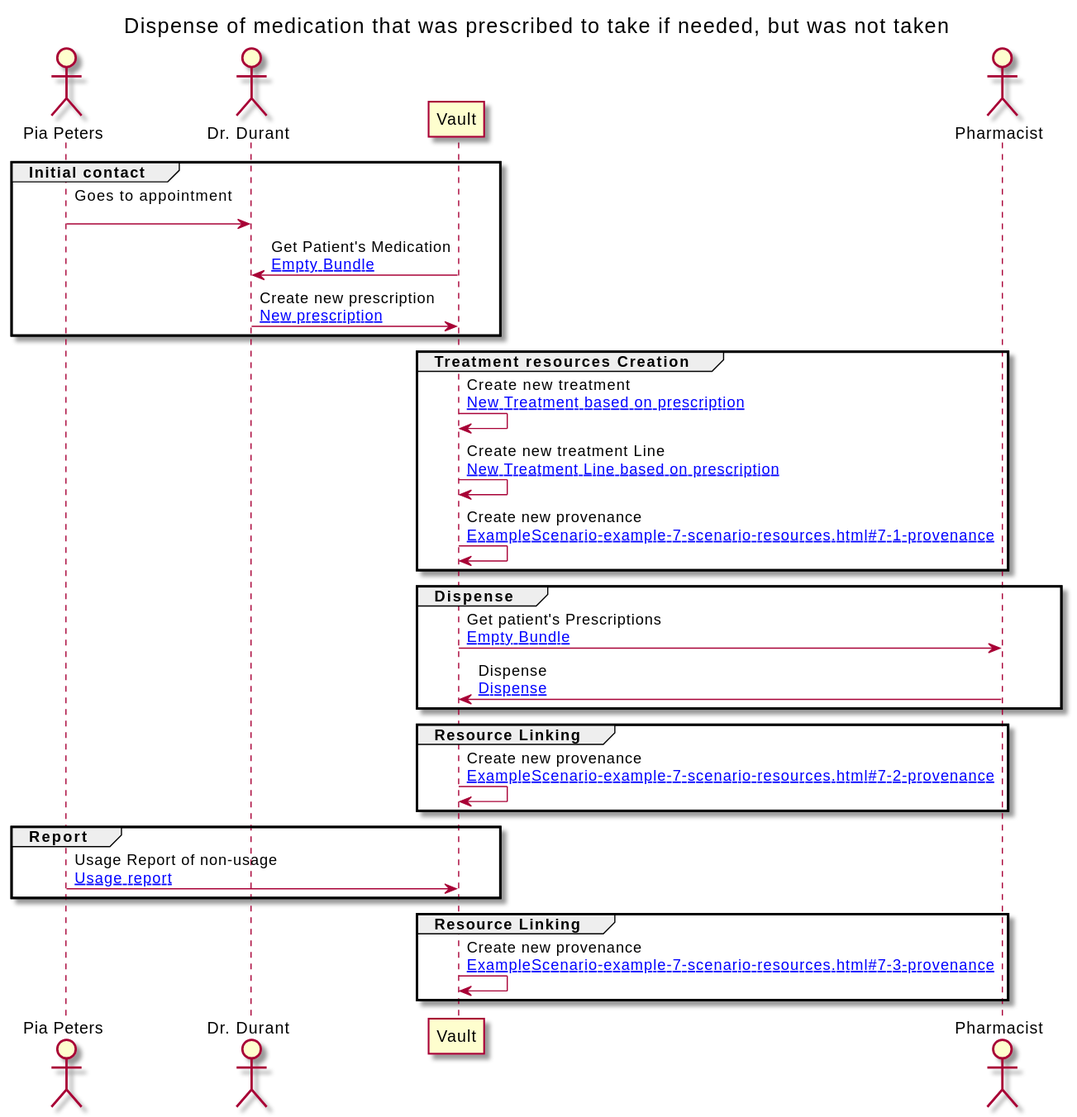
The PlantUML diagram branches/master/ExampleScenario-example-7-scenario.svg in jcostateixeira/riziv-medication-record, before a commit.
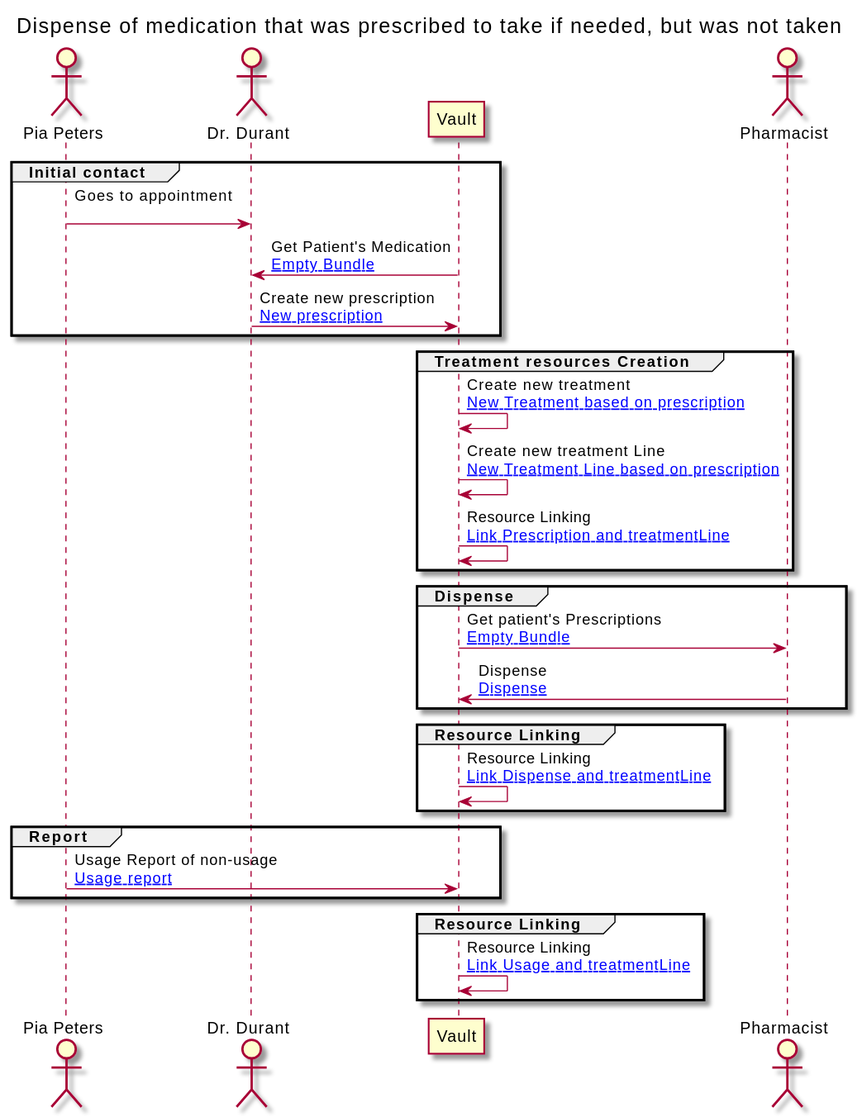
After the commit.

The edit, as a diff of the source:
```diff
@@ -24,7 +24,7 @@
 
 VAULT -> VAULT : Create new treatment\n[[ExampleScenario-example-7-scenario-resources.html#7-treatment New Treatment based on prescription]]
 VAULT -> VAULT : Create new treatment Line\n[[ExampleScenario-example-7-scenario-resources.html#7-treatmentLine New Treatment Line based on prescription]]
-VAULT -> VAULT : Create new provenance\n[[ExampleScenario-example-7-scenario-resources.html#7-1-provenance ]]
+VAULT -> VAULT : Resource Linking\n[[ExampleScenario-example-7-scenario-resources.html#7-1-provenance Link Prescription and treatmentLine]]
 end
 
 group Dispense
@@ -35,7 +35,7 @@
 
 group Resource Linking
 
-VAULT -> VAULT : Create new provenance\n[[ExampleScenario-example-7-scenario-resources.html#7-2-provenance ]]
+VAULT -> VAULT : Resource Linking\n[[ExampleScenario-example-7-scenario-resources.html#7-2-provenance Link Dispense and treatmentLine]]
 end
 
 group Report
@@ -45,7 +45,7 @@
 
 group Resource Linking
 
-VAULT -> VAULT : Create new provenance\n[[ExampleScenario-example-7-scenario-resources.html#7-3-provenance ]]
+VAULT -> VAULT : Resource Linking\n[[ExampleScenario-example-7-scenario-resources.html#7-3-provenance Link Usage and treatmentLine]]
 end
 
 
```
